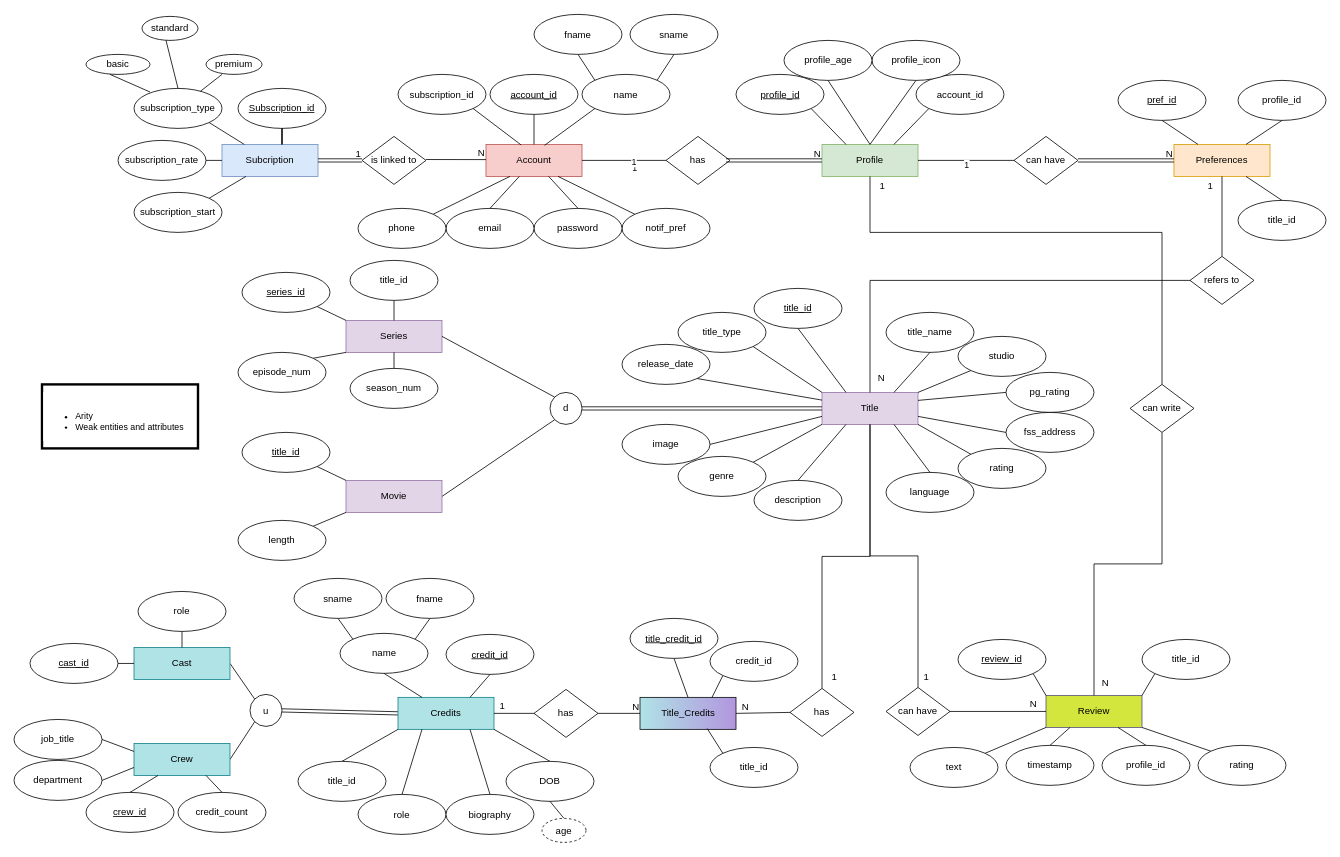
Above: (E)ER/EER.drawio in DJRamsay/COS221-Hoop (draw.io), before the change. Source tidied: cells renumbered, new cells numbered last; positions are measured from the earlier drawing's top-left corner, leaving out a move shared by most shapes. Both pictures are drawn from the tidied source at 80%, with x=0, y=0 at pixel (14, 14).
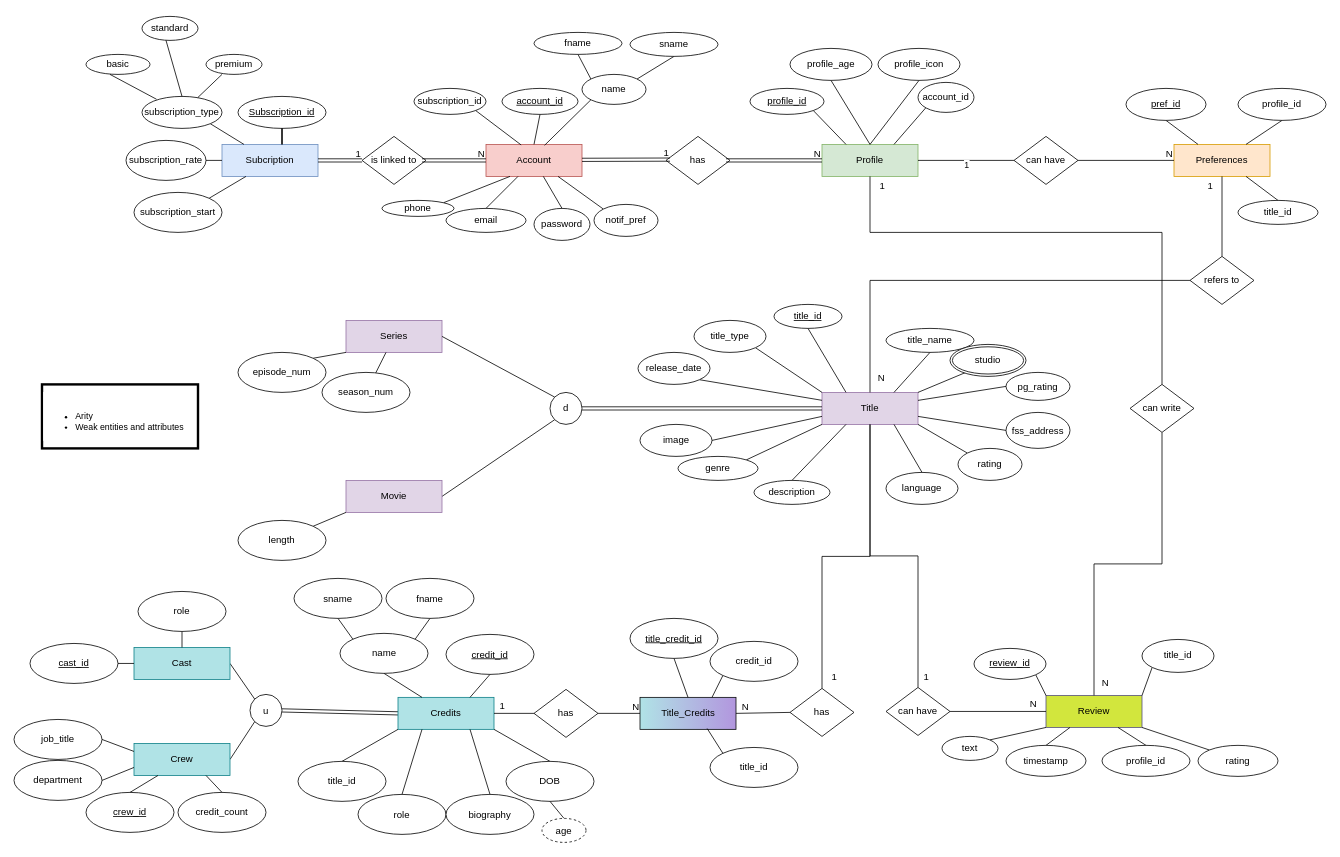
The same page after the edit.

Unchanged cells that the change refers to:
```xml
<mxCell id="3" value="Account" style="rounded=0;whiteSpace=wrap;html=1;fillColor=#f8cecc;strokeColor=#b85450;" parent="1" vertex="1">
  <mxGeometry x="590" y="162" width="120" height="40" as="geometry" />
</mxCell>
<mxCell id="5" value="Preferences" style="whiteSpace=wrap;html=1;fillColor=#ffe6cc;strokeColor=#d79b00;" parent="1" vertex="1">
  <mxGeometry x="1450" y="162" width="120" height="40" as="geometry" />
</mxCell>
<mxCell id="6" value="Title" style="whiteSpace=wrap;html=1;fillColor=#e1d5e7;strokeColor=#9673a6;" parent="1" vertex="1">
  <mxGeometry x="1010" y="472" width="120" height="40" as="geometry" />
</mxCell>
<mxCell id="8" value="Movie" style="whiteSpace=wrap;html=1;fillColor=#e1d5e7;strokeColor=#9673a6;" parent="1" vertex="1">
  <mxGeometry x="415" y="582" width="120" height="40" as="geometry" />
</mxCell>
<mxCell id="9" value="Series" style="whiteSpace=wrap;html=1;fillColor=#e1d5e7;strokeColor=#9673a6;" parent="1" vertex="1">
  <mxGeometry x="415" y="382" width="120" height="40" as="geometry" />
</mxCell>
<mxCell id="82" value="has" style="rhombus;whiteSpace=wrap;html=1;" parent="1" vertex="1">
  <mxGeometry x="815" y="152" width="80" height="60" as="geometry" />
</mxCell>
```

The edit, as a diff of the source:
```diff
@@
     <mxCell id="10" value="&lt;u&gt;Subscription_id&lt;/u&gt;" style="ellipse;whiteSpace=wrap;html=1;" parent="1" vertex="1">
-      <mxGeometry x="280" y="92" width="110" height="50" as="geometry" />
+      <mxGeometry x="280" y="102" width="110" height="40" as="geometry" />
     </mxCell>
@@
     <mxCell id="12" value="subscription_type" style="ellipse;whiteSpace=wrap;html=1;" parent="1" vertex="1">
-      <mxGeometry x="150" y="92" width="110" height="50" as="geometry" />
+      <mxGeometry x="160" y="102" width="100" height="40" as="geometry" />
     </mxCell>
@@
     <mxCell id="14" value="&lt;u&gt;account_id&lt;/u&gt;" style="ellipse;whiteSpace=wrap;html=1;" parent="1" vertex="1">
-      <mxGeometry x="595" y="74.5" width="110" height="50" as="geometry" />
+      <mxGeometry x="610" y="92" width="95" height="32.5" as="geometry" />
     </mxCell>
     <mxCell id="15" value="name" style="ellipse;whiteSpace=wrap;html=1;" parent="1" vertex="1">
-      <mxGeometry x="710" y="74.5" width="110" height="50" as="geometry" />
+      <mxGeometry x="710" y="74.5" width="80" height="37.5" as="geometry" />
     </mxCell>
@@
     <mxCell id="17" value="notif_pref" style="ellipse;whiteSpace=wrap;html=1;" parent="1" vertex="1">
-      <mxGeometry x="760" y="242" width="110" height="50" as="geometry" />
+      <mxGeometry x="725" y="237" width="80" height="40" as="geometry" />
     </mxCell>
@@
     <mxCell id="19" value="password" style="ellipse;whiteSpace=wrap;html=1;" parent="1" vertex="1">
-      <mxGeometry x="650" y="242" width="110" height="50" as="geometry" />
+      <mxGeometry x="650" y="242" width="70" height="40" as="geometry" />
     </mxCell>
@@
     <mxCell id="21" value="email" style="ellipse;whiteSpace=wrap;html=1;" parent="1" vertex="1">
-      <mxGeometry x="540" y="242" width="110" height="50" as="geometry" />
+      <mxGeometry x="540" y="242" width="100" height="30" as="geometry" />
     </mxCell>
@@
     <mxCell id="23" value="phone" style="ellipse;whiteSpace=wrap;html=1;" parent="1" vertex="1">
-      <mxGeometry x="430" y="242" width="110" height="50" as="geometry" />
+      <mxGeometry x="460" y="232" width="90" height="20" as="geometry" />
     </mxCell>
     <mxCell id="24" value="subscription_id" style="ellipse;whiteSpace=wrap;html=1;" parent="1" vertex="1">
-      <mxGeometry x="480" y="74.5" width="110" height="50" as="geometry" />
+      <mxGeometry x="500" y="92" width="90" height="32.5" as="geometry" />
     </mxCell>
@@
     <mxCell id="26" value="fname" style="ellipse;whiteSpace=wrap;html=1;" parent="1" vertex="1">
-      <mxGeometry x="650" y="-0.5" width="110" height="50" as="geometry" />
+      <mxGeometry x="650" y="22" width="110" height="27.5" as="geometry" />
     </mxCell>
@@
     <mxCell id="28" value="sname" style="ellipse;whiteSpace=wrap;html=1;" parent="1" vertex="1">
-      <mxGeometry x="770" y="-0.5" width="110" height="50" as="geometry" />
+      <mxGeometry x="770" y="22" width="110" height="30" as="geometry" />
     </mxCell>
@@
     <mxCell id="30" value="account_id" style="ellipse;whiteSpace=wrap;html=1;" parent="1" vertex="1">
-      <mxGeometry x="1127.5" y="74.5" width="110" height="50" as="geometry" />
+      <mxGeometry x="1130" y="84.5" width="70" height="37.5" as="geometry" />
     </mxCell>
@@
     <mxCell id="32" value="&lt;u&gt;profile_id&lt;/u&gt;" style="ellipse;whiteSpace=wrap;html=1;" parent="1" vertex="1">
-      <mxGeometry x="902.5" y="74.5" width="110" height="50" as="geometry" />
+      <mxGeometry x="920" y="92" width="92.5" height="32.5" as="geometry" />
     </mxCell>
@@
     <mxCell id="34" value="profile_icon" style="ellipse;whiteSpace=wrap;html=1;" parent="1" vertex="1">
-      <mxGeometry x="1072.5" y="32" width="110" height="50" as="geometry" />
+      <mxGeometry x="1080" y="42" width="102.5" height="40" as="geometry" />
     </mxCell>
@@
     <mxCell id="36" value="profile_age" style="ellipse;whiteSpace=wrap;html=1;" parent="1" vertex="1">
-      <mxGeometry x="962.5" y="32" width="110" height="50" as="geometry" />
+      <mxGeometry x="970" y="42" width="102.5" height="40" as="geometry" />
     </mxCell>
@@
     <mxCell id="38" value="&lt;u&gt;title_id&lt;/u&gt;" style="ellipse;whiteSpace=wrap;html=1;" parent="1" vertex="1">
-      <mxGeometry x="925" y="342" width="110" height="50" as="geometry" />
+      <mxGeometry x="950" y="362" width="85" height="30" as="geometry" />
     </mxCell>
@@
     <mxCell id="40" value="title_name" style="ellipse;whiteSpace=wrap;html=1;" parent="1" vertex="1">
-      <mxGeometry x="1090" y="372" width="110" height="50" as="geometry" />
+      <mxGeometry x="1090" y="392" width="110" height="30" as="geometry" />
     </mxCell>
@@
     <mxCell id="42" value="genre" style="ellipse;whiteSpace=wrap;html=1;" parent="1" vertex="1">
-      <mxGeometry x="830" y="552" width="110" height="50" as="geometry" />
+      <mxGeometry x="830" y="552" width="100" height="30" as="geometry" />
     </mxCell>
-    <mxCell id="43" style="edgeStyle=none;rounded=0;jettySize=auto;html=1;exitX=0;exitY=1;exitDx=0;exitDy=0;entryX=1;entryY=0;entryDx=0;entryDy=0;strokeColor=default;align=center;verticalAlign=middle;fontFamily=Helvetica;fontSize=11;fontColor=default;labelBackgroundColor=default;endArrow=none;endFill=0;" parent="1" edge="1" source="44" target="6">
-      <mxGeometry relative="1" as="geometry" />
+    <mxCell id="43" style="edgeStyle=none;rounded=0;jettySize=auto;html=1;exitX=0;exitY=1;exitDx=0;exitDy=0;entryX=1;entryY=0;entryDx=0;entryDy=0;strokeColor=default;align=center;verticalAlign=middle;fontFamily=Helvetica;fontSize=11;fontColor=default;labelBackgroundColor=default;endArrow=none;endFill=0;" parent="1" edge="1" target="6">
+      <mxGeometry relative="1" as="geometry">
+        <mxPoint x="1195.8" y="444.5" as="sourcePoint" />
+      </mxGeometry>
     </mxCell>
-    <mxCell id="44" value="studio" style="ellipse;whiteSpace=wrap;html=1;" parent="1" vertex="1">
-      <mxGeometry x="1180" y="402" width="110" height="50" as="geometry" />
-    </mxCell>
@@
     <mxCell id="46" value="language" style="ellipse;whiteSpace=wrap;html=1;" parent="1" vertex="1">
-      <mxGeometry x="1090" y="572" width="110" height="50" as="geometry" />
+      <mxGeometry x="1090" y="572" width="90" height="40" as="geometry" />
     </mxCell>
@@
     <mxCell id="48" value="pg_rating" style="ellipse;whiteSpace=wrap;html=1;" parent="1" vertex="1">
-      <mxGeometry x="1240" y="447" width="110" height="50" as="geometry" />
+      <mxGeometry x="1240" y="447" width="80" height="35" as="geometry" />
     </mxCell>
@@
     <mxCell id="50" value="image" style="ellipse;whiteSpace=wrap;html=1;" parent="1" vertex="1">
-      <mxGeometry x="760" y="512" width="110" height="50" as="geometry" />
+      <mxGeometry x="782.5" y="512" width="90" height="40" as="geometry" />
     </mxCell>
@@
     <mxCell id="52" value="description" style="ellipse;whiteSpace=wrap;html=1;" parent="1" vertex="1">
-      <mxGeometry x="925" y="582" width="110" height="50" as="geometry" />
+      <mxGeometry x="925" y="582" width="95" height="30" as="geometry" />
     </mxCell>
@@
     <mxCell id="54" value="rating" style="ellipse;whiteSpace=wrap;html=1;" parent="1" vertex="1">
-      <mxGeometry x="1180" y="542" width="110" height="50" as="geometry" />
+      <mxGeometry x="1180" y="542" width="80" height="40" as="geometry" />
     </mxCell>
@@
     <mxCell id="56" value="release_date" style="ellipse;whiteSpace=wrap;html=1;" parent="1" vertex="1">
-      <mxGeometry x="760" y="412" width="110" height="50" as="geometry" />
+      <mxGeometry x="780" y="422" width="90" height="40" as="geometry" />
     </mxCell>
@@
     <mxCell id="58" value="title_type" style="ellipse;whiteSpace=wrap;html=1;" parent="1" vertex="1">
-      <mxGeometry x="830" y="372" width="110" height="50" as="geometry" />
+      <mxGeometry x="850" y="382" width="90" height="40" as="geometry" />
     </mxCell>
@@
     <mxCell id="60" value="profile_id" style="ellipse;whiteSpace=wrap;html=1;" parent="1" vertex="1">
-      <mxGeometry x="1530" y="82" width="110" height="50" as="geometry" />
+      <mxGeometry x="1530" y="92" width="110" height="40" as="geometry" />
     </mxCell>
@@
     <mxCell id="62" value="&lt;u&gt;pref_id&lt;/u&gt;" style="ellipse;whiteSpace=wrap;html=1;" parent="1" vertex="1">
-      <mxGeometry x="1380" y="82" width="110" height="50" as="geometry" />
+      <mxGeometry x="1390" y="92" width="100" height="40" as="geometry" />
     </mxCell>
@@
     <mxCell id="64" value="title_id" style="ellipse;whiteSpace=wrap;html=1;" parent="1" vertex="1">
-      <mxGeometry x="1530" y="232" width="110" height="50" as="geometry" />
+      <mxGeometry x="1530" y="232" width="100" height="30" as="geometry" />
     </mxCell>
@@
     <mxCell id="67" value="&lt;u&gt;review_id&lt;/u&gt;" style="ellipse;whiteSpace=wrap;html=1;" parent="1" vertex="1">
-      <mxGeometry x="1180" y="780.8" width="110" height="50" as="geometry" />
+      <mxGeometry x="1200" y="792" width="90" height="38.8" as="geometry" />
     </mxCell>
@@
     <mxCell id="69" value="timestamp" style="ellipse;whiteSpace=wrap;html=1;" parent="1" vertex="1">
-      <mxGeometry x="1240" y="913.2" width="110" height="50" as="geometry" />
+      <mxGeometry x="1240" y="913.2" width="100" height="38.8" as="geometry" />
     </mxCell>
@@
     <mxCell id="71" value="profile_id" style="ellipse;whiteSpace=wrap;html=1;" parent="1" vertex="1">
-      <mxGeometry x="1360" y="913.2" width="110" height="50" as="geometry" />
+      <mxGeometry x="1360" y="913.2" width="110" height="38.8" as="geometry" />
     </mxCell>
@@
     <mxCell id="73" value="title_id" style="ellipse;whiteSpace=wrap;html=1;" parent="1" vertex="1">
-      <mxGeometry x="1410" y="780.8" width="110" height="50" as="geometry" />
+      <mxGeometry x="1410" y="780.8" width="90" height="41.2" as="geometry" />
     </mxCell>
@@
     <mxCell id="75" value="text" style="ellipse;whiteSpace=wrap;html=1;" parent="1" vertex="1">
-      <mxGeometry x="1120" y="915.8" width="110" height="50" as="geometry" />
+      <mxGeometry x="1160" y="902" width="70" height="30" as="geometry" />
     </mxCell>
@@
     <mxCell id="77" value="rating" style="ellipse;whiteSpace=wrap;html=1;" parent="1" vertex="1">
-      <mxGeometry x="1480" y="913.2" width="110" height="50" as="geometry" />
+      <mxGeometry x="1480" y="913.2" width="100" height="38.8" as="geometry" />
     </mxCell>
@@
-    <mxCell id="79" style="edgeStyle=orthogonalEdgeStyle;rounded=0;jettySize=auto;html=1;endArrow=none;endFill=0;" parent="1" edge="1" source="82" target="3">
-      <mxGeometry relative="1" as="geometry" />
-    </mxCell>
-    <mxCell id="80" value="1" style="edgeLabel;html=1;align=center;verticalAlign=middle;" parent="79" vertex="1">
-      <mxGeometry x="-0.24" y="9" relative="1" as="geometry" />
-    </mxCell>
-    <mxCell id="81" value="1" style="edgeLabel;html=1;align=center;verticalAlign=middle;" parent="79" vertex="1">
-      <mxGeometry x="-0.21" y="1" relative="1" as="geometry" />
-    </mxCell>
@@
-    <mxCell id="94" style="edgeStyle=none;rounded=0;jettySize=auto;html=1;exitX=1;exitY=1;exitDx=0;exitDy=0;entryX=0;entryY=0;entryDx=0;entryDy=0;strokeColor=default;align=center;verticalAlign=middle;fontFamily=Helvetica;fontSize=11;fontColor=default;labelBackgroundColor=default;endArrow=none;endFill=0;" parent="1" edge="1" source="95" target="9">
-      <mxGeometry relative="1" as="geometry" />
-    </mxCell>
-    <mxCell id="95" value="&lt;u&gt;series_id&lt;/u&gt;" style="ellipse;whiteSpace=wrap;html=1;" parent="1" vertex="1">
-      <mxGeometry x="285" y="322" width="110" height="50" as="geometry" />
-    </mxCell>
-    <mxCell id="96" style="rounded=0;jettySize=auto;html=1;entryX=0.5;entryY=0;entryDx=0;entryDy=0;endArrow=none;endFill=0;" parent="1" edge="1" source="97" target="9">
-      <mxGeometry relative="1" as="geometry" />
-    </mxCell>
-    <mxCell id="97" value="title_id" style="ellipse;whiteSpace=wrap;html=1;" parent="1" vertex="1">
-      <mxGeometry x="420" y="307" width="110" height="50" as="geometry" />
-    </mxCell>
@@
     <mxCell id="99" value="season_num" style="ellipse;whiteSpace=wrap;html=1;" parent="1" vertex="1">
-      <mxGeometry x="420" y="442" width="110" height="50" as="geometry" />
+      <mxGeometry x="385" y="447" width="110" height="50" as="geometry" />
     </mxCell>
@@
     <mxCell id="103" value="fss_address" style="ellipse;whiteSpace=wrap;html=1;" parent="1" vertex="1">
-      <mxGeometry x="1240" y="497" width="110" height="50" as="geometry" />
+      <mxGeometry x="1240" y="497" width="80" height="45" as="geometry" />
     </mxCell>
@@
-    <mxCell id="114" style="edgeStyle=none;rounded=0;jettySize=auto;html=1;exitX=1;exitY=1;exitDx=0;exitDy=0;entryX=0;entryY=0;entryDx=0;entryDy=0;strokeColor=default;align=center;verticalAlign=middle;fontFamily=Helvetica;fontSize=11;fontColor=default;labelBackgroundColor=default;endArrow=none;endFill=0;" parent="1" edge="1" source="115" target="8">
-      <mxGeometry relative="1" as="geometry" />
-    </mxCell>
-    <mxCell id="115" value="&lt;u&gt;title_id&lt;/u&gt;" style="ellipse;whiteSpace=wrap;html=1;" parent="1" vertex="1">
-      <mxGeometry x="285" y="522" width="110" height="50" as="geometry" />
-    </mxCell>
@@
     <mxCell id="119" value="subscription_rate" style="ellipse;whiteSpace=wrap;html=1;" parent="1" vertex="1">
-      <mxGeometry x="130" y="157" width="110" height="50" as="geometry" />
+      <mxGeometry x="140" y="157" width="100" height="50" as="geometry" />
     </mxCell>
@@
-    <mxCell id="132" style="shape=link;html=1;rounded=0;" parent="1" edge="1">
-      <mxGeometry relative="1" as="geometry">
-        <mxPoint x="1330" y="182" as="sourcePoint" />
-        <mxPoint x="1450" y="182" as="targetPoint" />
-      </mxGeometry>
-    </mxCell>
-    <mxCell id="133" value="N" style="html=1;whiteSpace=wrap;align=right;verticalAlign=bottom;" parent="132" vertex="1">
-      <mxGeometry x="1" relative="1" as="geometry" />
-    </mxCell>
-    <mxCell id="134" style="endArrow=none;html=1;rounded=0;" parent="1" edge="1">
-      <mxGeometry relative="1" as="geometry">
-        <mxPoint x="515" y="180.9" as="sourcePoint" />
-        <mxPoint x="590" y="181" as="targetPoint" />
-      </mxGeometry>
-    </mxCell>
-    <mxCell id="135" value="N" style="html=1;whiteSpace=wrap;align=right;verticalAlign=bottom;" parent="134" vertex="1">
-      <mxGeometry x="1" relative="1" as="geometry" />
-    </mxCell>
@@
+    <mxCell id="194" style="shape=link;html=1;rounded=0;" parent="1" edge="1">
+      <mxGeometry relative="1" as="geometry">
+        <mxPoint x="510" y="182" as="sourcePoint" />
+        <mxPoint x="590" y="182" as="targetPoint" />
+      </mxGeometry>
+    </mxCell>
+    <mxCell id="195" value="N" style="html=1;whiteSpace=wrap;align=right;verticalAlign=bottom;" parent="194" vertex="1">
+      <mxGeometry x="1" relative="1" as="geometry" />
+    </mxCell>
+    <mxCell id="196" style="shape=link;html=1;rounded=0;" parent="1" edge="1">
+      <mxGeometry relative="1" as="geometry">
+        <mxPoint x="710" y="181.3" as="sourcePoint" />
+        <mxPoint x="820" y="181" as="targetPoint" />
+      </mxGeometry>
+    </mxCell>
+    <mxCell id="197" value="1" style="html=1;whiteSpace=wrap;align=right;verticalAlign=bottom;" parent="196" vertex="1">
+      <mxGeometry x="1" relative="1" as="geometry" />
+    </mxCell>
+    <mxCell id="198" style="endArrow=none;html=1;rounded=0;entryX=0;entryY=0.5;entryDx=0;entryDy=0;" parent="1" edge="1" target="5">
+      <mxGeometry relative="1" as="geometry">
+        <mxPoint x="1330" y="182" as="sourcePoint" />
+      </mxGeometry>
+    </mxCell>
+    <mxCell id="199" value="N" style="html=1;whiteSpace=wrap;align=right;verticalAlign=bottom;" parent="198" vertex="1">
+      <mxGeometry x="1" relative="1" as="geometry" />
+    </mxCell>
+    <mxCell id="44" value="studio" style="ellipse;shape=doubleEllipse;margin=3;whiteSpace=wrap;html=1;align=center;" parent="1" vertex="1">
+      <mxGeometry x="1170" y="412" width="95" height="40" as="geometry" />
+    </mxCell>
```
